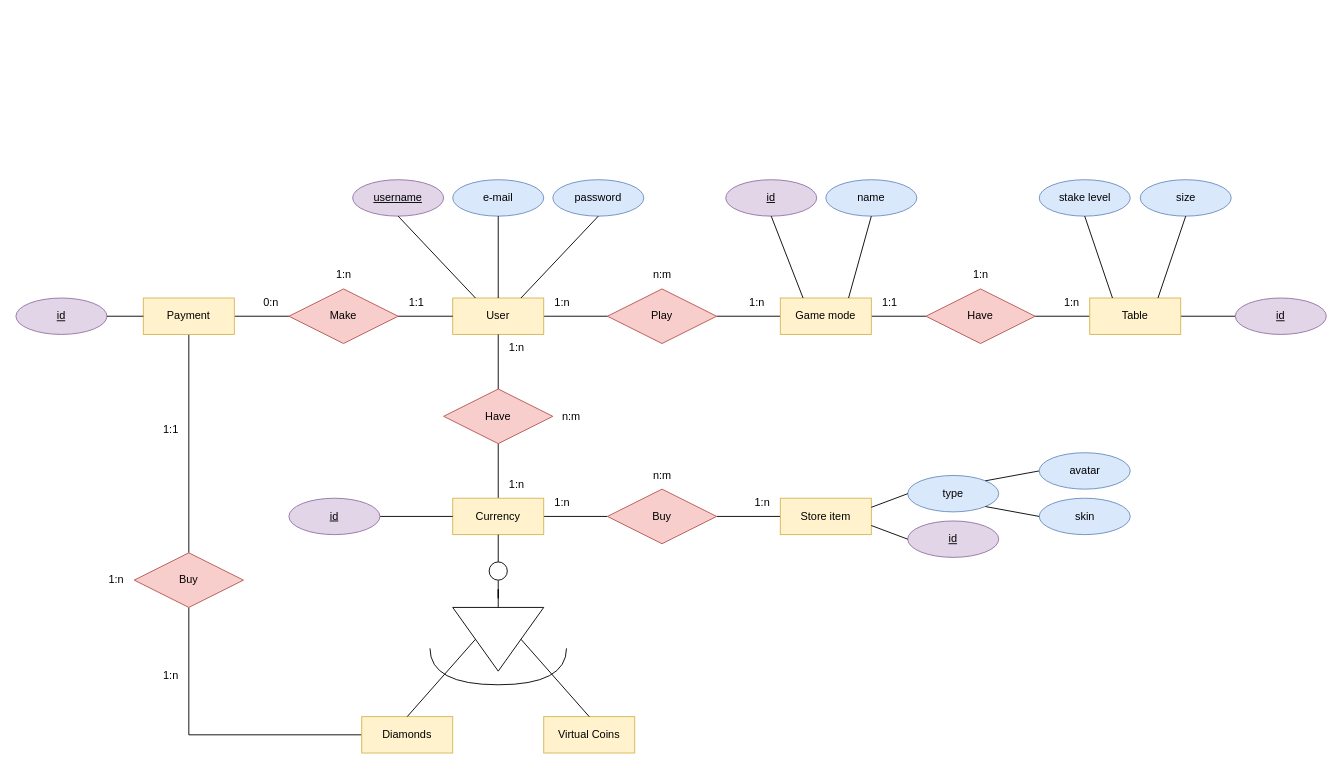
This is page "Página-2" (2 of 2) of doc/diagrams/TableStars_ER.drawio from samugd17/proyecto-ets, a draw.io file, before an edit. Source tidied: cells renumbered, new cells numbered last; positions are measured from the earlier drawing's top-left corner, leaving out a move shared by most shapes. Both pictures are drawn from the tidied source at 91%, with x=0, y=0 at pixel (15, 179).
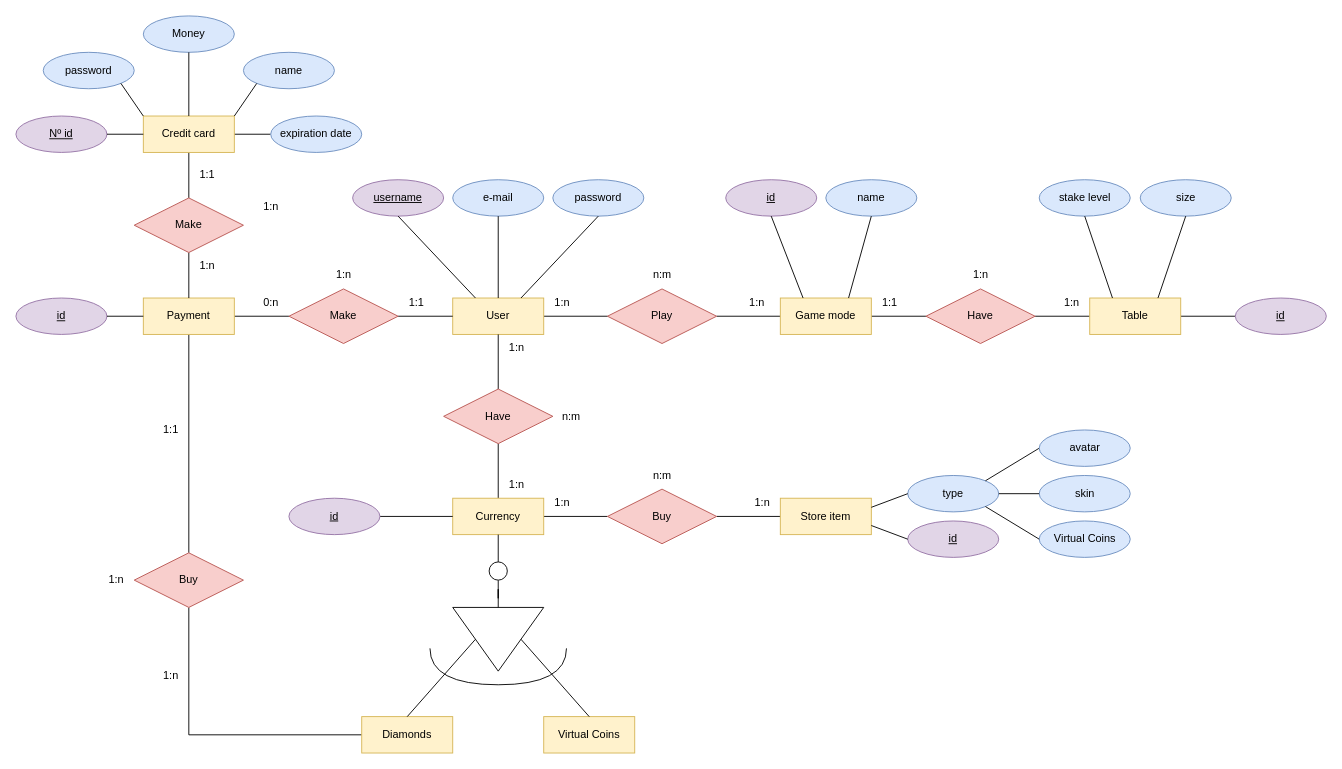
Above is the later version.

The change refers to these unchanged cells:
```xml
<mxCell id="37" value="Payment" style="whiteSpace=wrap;html=1;align=center;fillColor=#fff2cc;strokeColor=#d6b656;" parent="1" vertex="1">
  <mxGeometry x="140" y="130" width="100" height="40" as="geometry" />
</mxCell>
<mxCell id="63" value="type" style="ellipse;whiteSpace=wrap;html=1;align=center;fillColor=#dae8fc;strokeColor=#6c8ebf;" parent="1" vertex="1">
  <mxGeometry x="980" y="325" width="100" height="40" as="geometry" />
</mxCell>
```

Diff of the diagram source:
```diff
@@
     <mxCell id="78" value="avatar" style="ellipse;whiteSpace=wrap;html=1;align=center;fillColor=#dae8fc;strokeColor=#6c8ebf;" parent="1" vertex="1">
-      <mxGeometry x="1124.5" y="300" width="100" height="40" as="geometry" />
+      <mxGeometry x="1124.5" y="275" width="100" height="40" as="geometry" />
     </mxCell>
     <mxCell id="79" value="skin" style="ellipse;whiteSpace=wrap;html=1;align=center;fillColor=#dae8fc;strokeColor=#6c8ebf;" parent="1" vertex="1">
-      <mxGeometry x="1124.5" y="350" width="100" height="40" as="geometry" />
+      <mxGeometry x="1124.5" y="325" width="100" height="40" as="geometry" />
     </mxCell>
-    <mxCell id="80" style="endArrow=none;html=1;rounded=0;entryX=1;entryY=1;entryDx=0;entryDy=0;exitX=0;exitY=0.5;exitDx=0;exitDy=0;" parent="1" edge="1" source="79" target="63">
+    <mxCell id="80" style="endArrow=none;html=1;rounded=0;entryX=1;entryY=0.5;entryDx=0;entryDy=0;exitX=0;exitY=0.5;exitDx=0;exitDy=0;" parent="1" edge="1" source="79" target="63">
       <mxGeometry relative="1" as="geometry" />
     </mxCell>
+    <mxCell id="81" value="Virtual Coins" style="ellipse;whiteSpace=wrap;html=1;align=center;fillColor=#dae8fc;strokeColor=#6c8ebf;" parent="1" vertex="1">
+      <mxGeometry x="1124.5" y="375" width="100" height="40" as="geometry" />
+    </mxCell>
+    <mxCell id="82" style="endArrow=none;html=1;rounded=0;entryX=1;entryY=1;entryDx=0;entryDy=0;exitX=0;exitY=0.5;exitDx=0;exitDy=0;" parent="1" edge="1" source="81" target="63">
+      <mxGeometry relative="1" as="geometry" />
+    </mxCell>
+    <mxCell id="83" style="edgeStyle=orthogonalEdgeStyle;rounded=0;jettySize=auto;html=1;entryX=0.5;entryY=0;entryDx=0;entryDy=0;endArrow=none;endFill=0;" parent="1" edge="1" source="85" target="37">
+      <mxGeometry relative="1" as="geometry" />
+    </mxCell>
+    <mxCell id="84" style="edgeStyle=orthogonalEdgeStyle;rounded=0;jettySize=auto;html=1;entryX=0.5;entryY=1;entryDx=0;entryDy=0;endArrow=none;endFill=0;" parent="1" edge="1" source="85" target="87">
+      <mxGeometry relative="1" as="geometry" />
+    </mxCell>
+    <mxCell id="85" value="Make" style="shape=rhombus;perimeter=rhombusPerimeter;whiteSpace=wrap;html=1;align=center;fillColor=#f8cecc;strokeColor=#b85450;" parent="1" vertex="1">
+      <mxGeometry x="130" y="20" width="120" height="60" as="geometry" />
+    </mxCell>
+    <mxCell id="86" style="edgeStyle=orthogonalEdgeStyle;rounded=0;jettySize=auto;html=1;entryX=0;entryY=0.5;entryDx=0;entryDy=0;endArrow=none;endFill=0;" parent="1" edge="1" source="87" target="99">
+      <mxGeometry relative="1" as="geometry" />
+    </mxCell>
+    <mxCell id="87" value="Credit card" style="whiteSpace=wrap;html=1;align=center;fillColor=#fff2cc;strokeColor=#d6b656;" parent="1" vertex="1">
+      <mxGeometry x="140" y="-70" width="100" height="40" as="geometry" />
+    </mxCell>
+    <mxCell id="88" value="1:1" style="text;html=1;align=center;verticalAlign=middle;strokeColor=none;fillColor=none;" parent="1" vertex="1">
+      <mxGeometry x="190" y="-20" width="40" height="30" as="geometry" />
+    </mxCell>
+    <mxCell id="89" value="1:n" style="text;html=1;align=center;verticalAlign=middle;strokeColor=none;fillColor=none;" parent="1" vertex="1">
+      <mxGeometry x="190" y="80" width="40" height="30" as="geometry" />
+    </mxCell>
+    <mxCell id="90" value="1:n" style="text;html=1;align=center;verticalAlign=middle;strokeColor=none;fillColor=none;" parent="1" vertex="1">
+      <mxGeometry x="260" y="15" width="40" height="30" as="geometry" />
+    </mxCell>
+    <mxCell id="91" value="Nº id" style="ellipse;whiteSpace=wrap;html=1;align=center;fontStyle=4;fillColor=#e1d5e7;strokeColor=#9673a6;" parent="1" vertex="1">
+      <mxGeometry y="-70" width="100" height="40" as="geometry" />
+    </mxCell>
+    <mxCell id="92" style="endArrow=none;html=1;rounded=0;entryX=1;entryY=0.5;entryDx=0;entryDy=0;exitX=0;exitY=0.5;exitDx=0;exitDy=0;" parent="1" edge="1" source="87" target="91">
+      <mxGeometry relative="1" as="geometry" />
+    </mxCell>
+    <mxCell id="93" value="password" style="ellipse;whiteSpace=wrap;html=1;align=center;fillColor=#dae8fc;strokeColor=#6c8ebf;" parent="1" vertex="1">
+      <mxGeometry x="30" y="-140" width="100" height="40" as="geometry" />
+    </mxCell>
+    <mxCell id="94" style="endArrow=none;html=1;rounded=0;entryX=1;entryY=1;entryDx=0;entryDy=0;exitX=0;exitY=0;exitDx=0;exitDy=0;" parent="1" edge="1" source="87" target="93">
+      <mxGeometry relative="1" as="geometry" />
+    </mxCell>
+    <mxCell id="95" value="Money" style="ellipse;whiteSpace=wrap;html=1;align=center;fillColor=#dae8fc;strokeColor=#6c8ebf;" parent="1" vertex="1">
+      <mxGeometry x="140" y="-180" width="100" height="40" as="geometry" />
+    </mxCell>
+    <mxCell id="96" style="endArrow=none;html=1;rounded=0;entryX=0.5;entryY=1;entryDx=0;entryDy=0;exitX=0.5;exitY=0;exitDx=0;exitDy=0;" parent="1" edge="1" source="87" target="95">
+      <mxGeometry relative="1" as="geometry" />
+    </mxCell>
+    <mxCell id="97" value="name" style="ellipse;whiteSpace=wrap;html=1;align=center;fillColor=#dae8fc;strokeColor=#6c8ebf;" parent="1" vertex="1">
+      <mxGeometry x="250" y="-140" width="100" height="40" as="geometry" />
+    </mxCell>
+    <mxCell id="98" style="endArrow=none;html=1;rounded=0;entryX=0;entryY=1;entryDx=0;entryDy=0;exitX=1;exitY=0;exitDx=0;exitDy=0;" parent="1" edge="1" source="87" target="97">
+      <mxGeometry relative="1" as="geometry" />
+    </mxCell>
+    <mxCell id="99" value="expiration date" style="ellipse;whiteSpace=wrap;html=1;align=center;fillColor=#dae8fc;strokeColor=#6c8ebf;" parent="1" vertex="1">
+      <mxGeometry x="280" y="-70" width="100" height="40" as="geometry" />
+    </mxCell>
```
